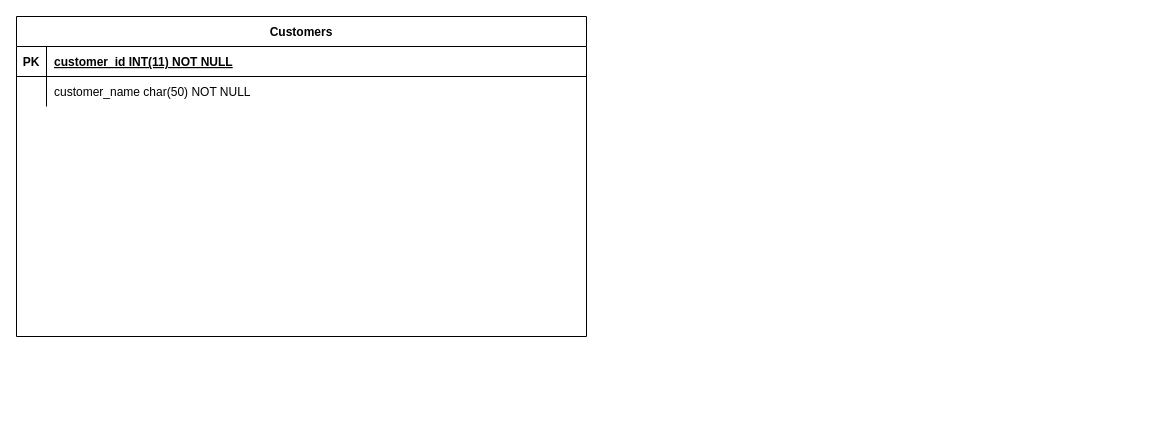
Earlier version of the draw.io diagram Documentation/IMS ERD.drawio (Callum-Robinson/Cal-IMS-Project). Source tidied: cells renumbered, new cells numbered last; positions are measured from the earlier drawing's top-left corner, leaving out a move shared by most shapes. Both pictures are drawn from the tidied source at 100%, with x=0, y=0 at pixel (16, 16).
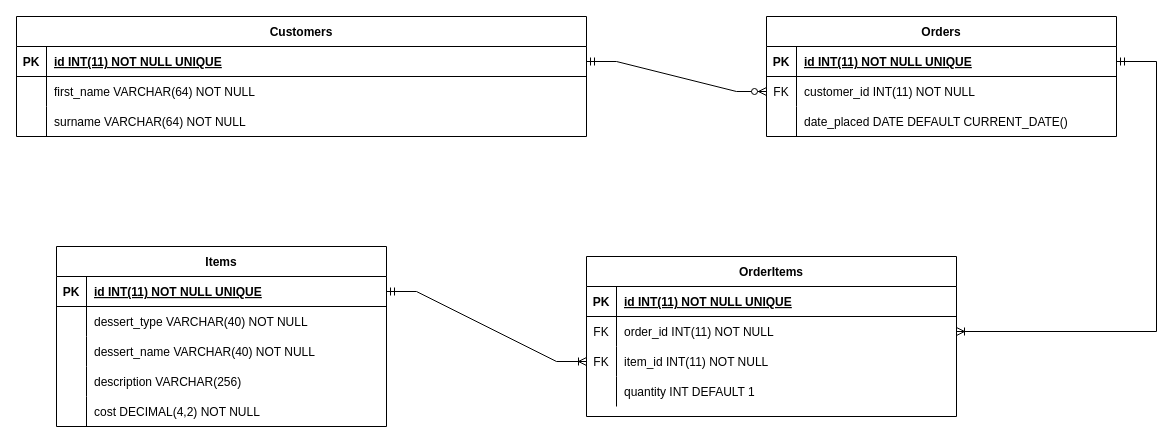
Above is the later version.

Commit message (it also covers changes not shown here):
IP-10 #comment ERD created, customer table DDl updated and item table created

Unchanged cells that the change refers to:
```xml
<mxCell id="3" style="shape=partialRectangle;fillColor=none;points=[[0,0.5],[1,0.5]];portConstraint=eastwest;top=0;left=0;right=0;bottom=1;" parent="2" vertex="1">
  <mxGeometry y="30" width="570" height="30" as="geometry" />
</mxCell>
<mxCell id="6" style="shape=partialRectangle;fillColor=none;top=0;left=0;right=0;bottom=0;" parent="2" vertex="1">
  <mxGeometry y="60" width="570" height="30" as="geometry" />
</mxCell>
```

What changed in the source:
```diff
@@
     <mxCell id="2" value="Customers" style="shape=table;startSize=30;childLayout=tableLayout;rowLines=0;fontStyle=1;align=center;" parent="1" vertex="1">
-      <mxGeometry width="570" height="320" as="geometry" />
+      <mxGeometry width="570" height="120" as="geometry" />
     </mxCell>
@@
-    <mxCell id="5" value="customer_id INT(11) NOT NULL " style="shape=partialRectangle;overflow=hidden;fillColor=none;top=0;left=0;bottom=0;right=0;align=left;spacingLeft=6;fontStyle=5;" parent="3" vertex="1">
+    <mxCell id="5" value="id INT(11) NOT NULL UNIQUE" style="shape=partialRectangle;overflow=hidden;fillColor=none;top=0;left=0;bottom=0;right=0;align=left;spacingLeft=6;fontStyle=5;" parent="3" vertex="1">
       <mxGeometry x="30" width="540" height="30" as="geometry" />
     </mxCell>
@@
-    <mxCell id="8" value="customer_name char(50) NOT NULL" style="shape=partialRectangle;overflow=hidden;fillColor=none;top=0;left=0;bottom=0;right=0;align=left;spacingLeft=6;" parent="6" vertex="1">
+    <mxCell id="8" value="first_name VARCHAR(64) NOT NULL" style="shape=partialRectangle;overflow=hidden;fillColor=none;top=0;left=0;bottom=0;right=0;align=left;spacingLeft=6;" parent="6" vertex="1">
       <mxGeometry x="30" width="540" height="30" as="geometry" />
     </mxCell>
+    <mxCell id="9" style="shape=partialRectangle;fillColor=none;top=0;left=0;right=0;bottom=0;" parent="2" vertex="1">
+      <mxGeometry y="90" width="570" height="30" as="geometry" />
+    </mxCell>
+    <mxCell id="10" style="shape=partialRectangle;overflow=hidden;fillColor=none;top=0;left=0;bottom=0;right=0;" parent="9" vertex="1">
+      <mxGeometry width="30" height="30" as="geometry" />
+    </mxCell>
+    <mxCell id="11" value="surname VARCHAR(64) NOT NULL" style="shape=partialRectangle;overflow=hidden;fillColor=none;top=0;left=0;bottom=0;right=0;align=left;spacingLeft=6;" parent="9" vertex="1">
+      <mxGeometry x="30" width="540" height="30" as="geometry" />
+    </mxCell>
+    <mxCell id="12" value="Items" style="shape=table;startSize=30;childLayout=tableLayout;rowLines=0;fontStyle=1;align=center;" parent="1" vertex="1">
+      <mxGeometry x="40" y="230" width="330" height="180" as="geometry" />
+    </mxCell>
+    <mxCell id="13" style="shape=tableRow;horizontal=0;startSize=0;swimlaneHead=0;swimlaneBody=0;fillColor=none;points=[[0,0.5],[1,0.5]];portConstraint=eastwest;top=0;left=0;right=0;bottom=1;" parent="12" vertex="1">
+      <mxGeometry y="30" width="330" height="30" as="geometry" />
+    </mxCell>
+    <mxCell id="14" value="PK" style="shape=partialRectangle;fillColor=none;top=0;left=0;bottom=0;right=0;fontStyle=1;overflow=hidden;" parent="13" vertex="1">
+      <mxGeometry width="30" height="30" as="geometry" />
+    </mxCell>
+    <mxCell id="15" value="id INT(11) NOT NULL UNIQUE" style="shape=partialRectangle;fillColor=none;top=0;left=0;bottom=0;right=0;align=left;spacingLeft=6;fontStyle=5;overflow=hidden;" parent="13" vertex="1">
+      <mxGeometry x="30" width="300" height="30" as="geometry" />
+    </mxCell>
+    <mxCell id="16" style="shape=tableRow;horizontal=0;startSize=0;swimlaneHead=0;swimlaneBody=0;fillColor=none;top=0;left=0;right=0;bottom=0;" parent="12" vertex="1">
+      <mxGeometry y="60" width="330" height="30" as="geometry" />
+    </mxCell>
+    <mxCell id="17" style="shape=partialRectangle;fillColor=none;top=0;left=0;bottom=0;right=0;overflow=hidden;" parent="16" vertex="1">
+      <mxGeometry width="30" height="30" as="geometry" />
+    </mxCell>
+    <mxCell id="18" value="dessert_type VARCHAR(40) NOT NULL" style="shape=partialRectangle;fillColor=none;top=0;left=0;bottom=0;right=0;align=left;spacingLeft=6;overflow=hidden;" parent="16" vertex="1">
+      <mxGeometry x="30" width="300" height="30" as="geometry" />
+    </mxCell>
+    <mxCell id="19" style="shape=tableRow;horizontal=0;startSize=0;swimlaneHead=0;swimlaneBody=0;fillColor=none;top=0;left=0;right=0;bottom=0;" parent="12" vertex="1">
+      <mxGeometry y="90" width="330" height="30" as="geometry" />
+    </mxCell>
+    <mxCell id="20" style="shape=partialRectangle;fillColor=none;top=0;left=0;bottom=0;right=0;overflow=hidden;" parent="19" vertex="1">
+      <mxGeometry width="30" height="30" as="geometry" />
+    </mxCell>
+    <mxCell id="21" value="dessert_name VARCHAR(40) NOT NULL" style="shape=partialRectangle;fillColor=none;top=0;left=0;bottom=0;right=0;align=left;spacingLeft=6;overflow=hidden;" parent="19" vertex="1">
+      <mxGeometry x="30" width="300" height="30" as="geometry" />
+    </mxCell>
+    <mxCell id="22" style="shape=tableRow;horizontal=0;startSize=0;swimlaneHead=0;swimlaneBody=0;fillColor=none;top=0;left=0;right=0;bottom=0;" parent="12" vertex="1">
+      <mxGeometry y="120" width="330" height="30" as="geometry" />
+    </mxCell>
+    <mxCell id="23" style="shape=partialRectangle;fillColor=none;top=0;left=0;bottom=0;right=0;overflow=hidden;" parent="22" vertex="1">
+      <mxGeometry width="30" height="30" as="geometry" />
+    </mxCell>
+    <mxCell id="24" value="description VARCHAR(256)" style="shape=partialRectangle;fillColor=none;top=0;left=0;bottom=0;right=0;align=left;spacingLeft=6;overflow=hidden;" parent="22" vertex="1">
+      <mxGeometry x="30" width="300" height="30" as="geometry" />
+    </mxCell>
+    <mxCell id="25" style="shape=tableRow;horizontal=0;startSize=0;swimlaneHead=0;swimlaneBody=0;fillColor=none;top=0;left=0;right=0;bottom=0;" parent="12" vertex="1">
+      <mxGeometry y="150" width="330" height="30" as="geometry" />
+    </mxCell>
+    <mxCell id="26" style="shape=partialRectangle;fillColor=none;top=0;left=0;bottom=0;right=0;overflow=hidden;" parent="25" vertex="1">
+      <mxGeometry width="30" height="30" as="geometry" />
+    </mxCell>
+    <mxCell id="27" value="cost DECIMAL(4,2) NOT NULL" style="shape=partialRectangle;fillColor=none;top=0;left=0;bottom=0;right=0;align=left;spacingLeft=6;overflow=hidden;" parent="25" vertex="1">
+      <mxGeometry x="30" width="300" height="30" as="geometry" />
+    </mxCell>
+    <mxCell id="28" value="OrderItems" style="shape=table;startSize=30;childLayout=tableLayout;rowLines=0;fontStyle=1;align=center;" parent="1" vertex="1">
+      <mxGeometry x="570" y="240" width="370" height="160" as="geometry" />
+    </mxCell>
+    <mxCell id="29" style="shape=tableRow;horizontal=0;startSize=0;swimlaneHead=0;swimlaneBody=0;fillColor=none;top=0;left=0;right=0;bottom=1;" parent="28" vertex="1">
+      <mxGeometry y="30" width="370" height="30" as="geometry" />
+    </mxCell>
+    <mxCell id="30" value="PK" style="shape=partialRectangle;fillColor=none;top=0;left=0;bottom=0;right=0;fontStyle=1;overflow=hidden;" parent="29" vertex="1">
+      <mxGeometry width="30" height="30" as="geometry" />
+    </mxCell>
+    <mxCell id="31" value="id INT(11) NOT NULL UNIQUE" style="shape=partialRectangle;fillColor=none;top=0;left=0;bottom=0;right=0;align=left;spacingLeft=6;fontStyle=5;overflow=hidden;" parent="29" vertex="1">
+      <mxGeometry x="30" width="340" height="30" as="geometry" />
+    </mxCell>
+    <mxCell id="32" style="shape=tableRow;horizontal=0;startSize=0;swimlaneHead=0;swimlaneBody=0;fillColor=none;points=[[0,0.5],[1,0.5]];portConstraint=eastwest;top=0;left=0;right=0;bottom=0;" parent="28" vertex="1">
+      <mxGeometry y="60" width="370" height="30" as="geometry" />
+    </mxCell>
+    <mxCell id="33" value="FK" style="shape=partialRectangle;fillColor=none;top=0;left=0;bottom=0;right=0;overflow=hidden;" parent="32" vertex="1">
+      <mxGeometry width="30" height="30" as="geometry" />
+    </mxCell>
+    <mxCell id="34" value="order_id INT(11) NOT NULL" style="shape=partialRectangle;fillColor=none;top=0;left=0;bottom=0;right=0;align=left;spacingLeft=6;overflow=hidden;" parent="32" vertex="1">
+      <mxGeometry x="30" width="340" height="30" as="geometry" />
+    </mxCell>
+    <mxCell id="35" style="shape=tableRow;horizontal=0;startSize=0;swimlaneHead=0;swimlaneBody=0;fillColor=none;points=[[0,0.5],[1,0.5]];portConstraint=eastwest;top=0;left=0;right=0;bottom=0;" parent="28" vertex="1">
+      <mxGeometry y="90" width="370" height="30" as="geometry" />
+    </mxCell>
+    <mxCell id="36" value="FK" style="shape=partialRectangle;fillColor=none;top=0;left=0;bottom=0;right=0;overflow=hidden;" parent="35" vertex="1">
+      <mxGeometry width="30" height="30" as="geometry" />
+    </mxCell>
+    <mxCell id="37" value="item_id INT(11) NOT NULL" style="shape=partialRectangle;fillColor=none;top=0;left=0;bottom=0;right=0;align=left;spacingLeft=6;overflow=hidden;" parent="35" vertex="1">
+      <mxGeometry x="30" width="340" height="30" as="geometry" />
+    </mxCell>
+    <mxCell id="38" style="shape=tableRow;horizontal=0;startSize=0;swimlaneHead=0;swimlaneBody=0;fillColor=none;top=0;left=0;right=0;bottom=0;" parent="28" vertex="1">
+      <mxGeometry y="120" width="370" height="30" as="geometry" />
+    </mxCell>
+    <mxCell id="39" style="shape=partialRectangle;fillColor=none;top=0;left=0;bottom=0;right=0;overflow=hidden;" parent="38" vertex="1">
+      <mxGeometry width="30" height="30" as="geometry" />
+    </mxCell>
+    <mxCell id="40" value="quantity INT DEFAULT 1" style="shape=partialRectangle;fillColor=none;top=0;left=0;bottom=0;right=0;align=left;spacingLeft=6;overflow=hidden;" parent="38" vertex="1">
+      <mxGeometry x="30" width="340" height="30" as="geometry" />
+    </mxCell>
+    <mxCell id="41" value="Orders" style="shape=table;startSize=30;childLayout=tableLayout;rowLines=0;fontStyle=1;align=center;" parent="1" vertex="1">
+      <mxGeometry x="750" width="350" height="120" as="geometry" />
+    </mxCell>
+    <mxCell id="42" style="shape=tableRow;horizontal=0;startSize=0;swimlaneHead=0;swimlaneBody=0;fillColor=none;points=[[0,0.5],[1,0.5]];portConstraint=eastwest;top=0;left=0;right=0;bottom=1;" parent="41" vertex="1">
+      <mxGeometry y="30" width="350" height="30" as="geometry" />
+    </mxCell>
+    <mxCell id="43" value="PK" style="shape=partialRectangle;fillColor=none;top=0;left=0;bottom=0;right=0;fontStyle=1;overflow=hidden;" parent="42" vertex="1">
+      <mxGeometry width="30" height="30" as="geometry" />
+    </mxCell>
+    <mxCell id="44" value="id INT(11) NOT NULL UNIQUE" style="shape=partialRectangle;fillColor=none;top=0;left=0;bottom=0;right=0;align=left;spacingLeft=6;fontStyle=5;overflow=hidden;" parent="42" vertex="1">
+      <mxGeometry x="30" width="320" height="30" as="geometry" />
+    </mxCell>
+    <mxCell id="45" style="shape=tableRow;horizontal=0;startSize=0;swimlaneHead=0;swimlaneBody=0;fillColor=none;points=[[0,0.5],[1,0.5]];portConstraint=eastwest;top=0;left=0;right=0;bottom=0;" parent="41" vertex="1">
+      <mxGeometry y="60" width="350" height="30" as="geometry" />
+    </mxCell>
+    <mxCell id="46" value="FK" style="shape=partialRectangle;fillColor=none;top=0;left=0;bottom=0;right=0;overflow=hidden;" parent="45" vertex="1">
+      <mxGeometry width="30" height="30" as="geometry" />
+    </mxCell>
+    <mxCell id="47" value="customer_id INT(11) NOT NULL" style="shape=partialRectangle;fillColor=none;top=0;left=0;bottom=0;right=0;align=left;spacingLeft=6;overflow=hidden;" parent="45" vertex="1">
+      <mxGeometry x="30" width="320" height="30" as="geometry" />
+    </mxCell>
+    <mxCell id="48" style="shape=tableRow;horizontal=0;startSize=0;swimlaneHead=0;swimlaneBody=0;fillColor=none;top=0;left=0;right=0;bottom=0;" parent="41" vertex="1">
+      <mxGeometry y="90" width="350" height="30" as="geometry" />
+    </mxCell>
+    <mxCell id="49" style="shape=partialRectangle;fillColor=none;top=0;left=0;bottom=0;right=0;overflow=hidden;" parent="48" vertex="1">
+      <mxGeometry width="30" height="30" as="geometry" />
+    </mxCell>
+    <mxCell id="50" value="date_placed DATE DEFAULT CURRENT_DATE()" style="shape=partialRectangle;fillColor=none;top=0;left=0;bottom=0;right=0;align=left;spacingLeft=6;overflow=hidden;" parent="48" vertex="1">
+      <mxGeometry x="30" width="320" height="30" as="geometry" />
+    </mxCell>
+    <mxCell id="51" style="edgeStyle=entityRelationEdgeStyle;fontSize=12;html=1;endArrow=ERzeroToMany;startArrow=ERmandOne;rounded=0;exitX=1;exitY=0.5;exitDx=0;exitDy=0;entryX=0;entryY=0.5;entryDx=0;entryDy=0;" parent="1" edge="1" source="3" target="45">
+      <mxGeometry relative="1" as="geometry" />
+    </mxCell>
+    <mxCell id="52" style="edgeStyle=elbowEdgeStyle;fontSize=12;html=1;endArrow=ERoneToMany;startArrow=ERmandOne;rounded=0;exitX=1;exitY=0.5;exitDx=0;exitDy=0;entryX=1;entryY=0.5;entryDx=0;entryDy=0;" parent="1" edge="1" source="42" target="32">
+      <mxGeometry relative="1" as="geometry">
+        <Array as="points">
+          <mxPoint x="1140" y="160" />
+        </Array>
+      </mxGeometry>
+    </mxCell>
+    <mxCell id="53" style="edgeStyle=entityRelationEdgeStyle;fontSize=12;html=1;endArrow=ERoneToMany;startArrow=ERmandOne;rounded=0;entryX=0;entryY=0.5;entryDx=0;entryDy=0;exitX=1;exitY=0.5;exitDx=0;exitDy=0;" parent="1" edge="1" source="13" target="35">
+      <mxGeometry relative="1" as="geometry" />
+    </mxCell>
```
